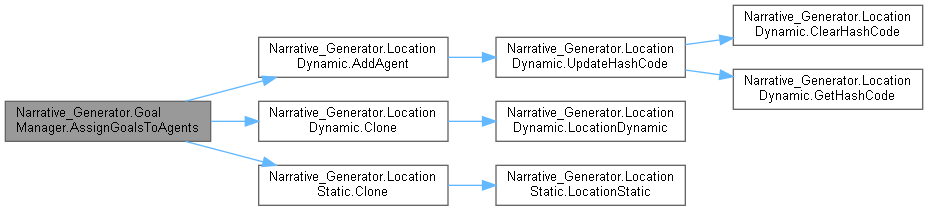
vonHimik/NarrativeGeneratorForTwine keeps this Graphviz diagram as Autodocumentation HTML/class_narrative___generator_1_1_goal_manager_a1972c672143df8f969e4a81898e47fca_cgraph.png. Above is the earlier version. Its source is kept beside it as Autodocumentation HTML/class_narrative___generator_1_1_goal_manager_a1972c672143df8f969e4a81898e47fca_cgraph.dot. Its diagram source:
```dot
digraph "Narrative_Generator.GoalManager.AssignGoalsToAgents"
{
  bgcolor="transparent";
  edge [fontname=Helvetica,fontsize=10,labelfontname=Helvetica,labelfontsize=10];
  node [fontname=Helvetica,fontsize=10,shape=box,height=0.2,width=0.4];
  rankdir="LR";
  Node1 [label="Narrative_Generator.Goal\lManager.AssignGoalsToAgents",height=0.2,width=0.4,color="gray40", fillcolor="grey60", style="filled", fontcolor="black",tooltip="A method that assigns goals to agents based on their role."];
  Node1 -> Node2 [color="steelblue1",style="solid"];
  Node2 [label="Narrative_Generator.Location\lDynamic.AddAgent",height=0.2,width=0.4,color="grey40", fillcolor="white", style="filled",URL="$class_narrative___generator_1_1_location_dynamic.html#a21eb930f4270ae7686e744c0238f643e",tooltip="Adds an agent to the list of agents located in this location."];
  Node2 -> Node3 [color="steelblue1",style="solid"];
  Node3 [label="Narrative_Generator.Location\lDynamic.UpdateHashCode",height=0.2,width=0.4,color="grey40", fillcolor="white", style="filled",URL="$class_narrative___generator_1_1_location_dynamic.html#ab6bd8fcba9b69a16d5fbbe1b76386102",tooltip="Updates (refresh) the current hash code value."];
  Node3 -> Node4 [color="steelblue1",style="solid"];
  Node4 [label="Narrative_Generator.Location\lDynamic.ClearHashCode",height=0.2,width=0.4,color="grey40", fillcolor="white", style="filled",URL="$class_narrative___generator_1_1_location_dynamic.html#a0645d494bdac6ea587d5a78f71f86e39",tooltip="Clears the current hash code value."];
  Node3 -> Node5 [color="steelblue1",style="solid"];
  Node5 [label="Narrative_Generator.Location\lDynamic.GetHashCode",height=0.2,width=0.4,color="grey40", fillcolor="white", style="filled",URL="$class_narrative___generator_1_1_location_dynamic.html#ac08b87c89e63914adc8faa6a31831001",tooltip="Calculates and returns the hash code of this instance of the LocationDynamic."];
  Node1 -> Node6 [color="steelblue1",style="solid"];
  Node6 [label="Narrative_Generator.Location\lDynamic.Clone",height=0.2,width=0.4,color="grey40", fillcolor="white", style="filled",URL="$class_narrative___generator_1_1_location_dynamic.html#a5a41937ad9b6986292101e99a80b604b",tooltip="Returns a clone of the dynamic part of the location that called this method."];
  Node6 -> Node7 [color="steelblue1",style="solid"];
  Node7 [label="Narrative_Generator.Location\lDynamic.LocationDynamic",height=0.2,width=0.4,color="grey40", fillcolor="white", style="filled",URL="$class_narrative___generator_1_1_location_dynamic.html#aba8487ebacabba7a24f831c51c609d45",tooltip="Constructor method for the dynamic part of the location, without parameters."];
  Node1 -> Node8 [color="steelblue1",style="solid"];
  Node8 [label="Narrative_Generator.Location\lStatic.Clone",height=0.2,width=0.4,color="grey40", fillcolor="white", style="filled",URL="$class_narrative___generator_1_1_location_static.html#a498d5901ac1ab5feb1c570f1fdb103b0",tooltip="A method for cloning a location."];
  Node8 -> Node9 [color="steelblue1",style="solid"];
  Node9 [label="Narrative_Generator.Location\lStatic.LocationStatic",height=0.2,width=0.4,color="grey40", fillcolor="white", style="filled",URL="$class_narrative___generator_1_1_location_static.html#a280497c90776ec47db6a306081b0930b",tooltip="Method constructor for the static part of the location."];
}
```
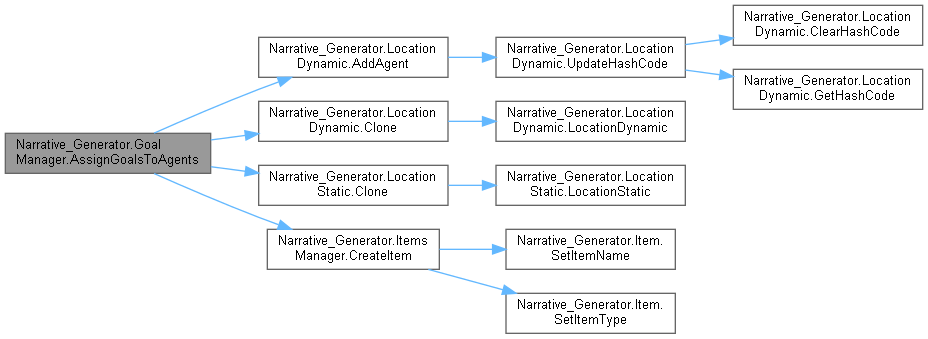
After the commit.

What changed in the source:
```diff
@@ -21,4 +21,10 @@
   Node8 [label="Narrative_Generator.Location\lStatic.Clone",height=0.2,width=0.4,color="grey40", fillcolor="white", style="filled",URL="$class_narrative___generator_1_1_location_static.html#a498d5901ac1ab5feb1c570f1fdb103b0",tooltip="A method for cloning a location."];
   Node8 -> Node9 [color="steelblue1",style="solid"];
   Node9 [label="Narrative_Generator.Location\lStatic.LocationStatic",height=0.2,width=0.4,color="grey40", fillcolor="white", style="filled",URL="$class_narrative___generator_1_1_location_static.html#a280497c90776ec47db6a306081b0930b",tooltip="Method constructor for the static part of the location."];
+  Node1 -> Node10 [color="steelblue1",style="solid"];
+  Node10 [label="Narrative_Generator.Items\lManager.CreateItem",height=0.2,width=0.4,color="grey40", fillcolor="white", style="filled",URL="$class_narrative___generator_1_1_items_manager.html#a7c70c85947860fd9ef0bdc33e733ea7c",tooltip="A method for creation a new item."];
+  Node10 -> Node11 [color="steelblue1",style="solid"];
+  Node11 [label="Narrative_Generator.Item.\lSetItemName",height=0.2,width=0.4,color="grey40", fillcolor="white", style="filled",URL="$class_narrative___generator_1_1_item.html#afc9c465f0210c8a90f8348ece69cf9d0",tooltip="Sets the name of the item."];
+  Node10 -> Node12 [color="steelblue1",style="solid"];
+  Node12 [label="Narrative_Generator.Item.\lSetItemType",height=0.2,width=0.4,color="grey40", fillcolor="white", style="filled",URL="$class_narrative___generator_1_1_item.html#a9fd066de5b2875514e75450633acdc61",tooltip="Sets the type of the item."];
 }
```
